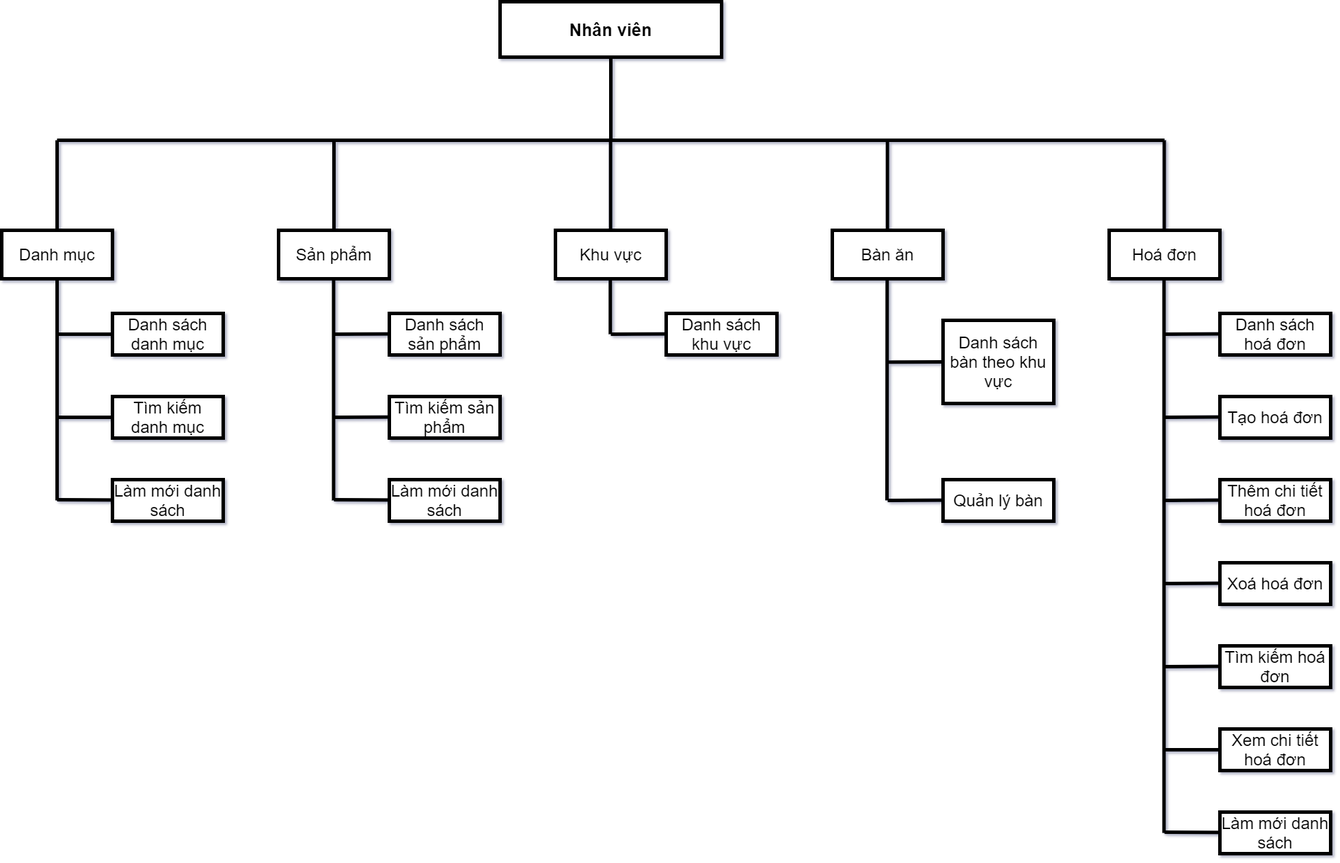
The draw.io diagram document/phan_ra_chuc_nang_nv.png in anhnmt/java-coffee-shop-management, before a commit. Source tidied: cells renumbered, new cells last; positions are measured from the earlier drawing's top-left corner, leaving out a move shared by most shapes.
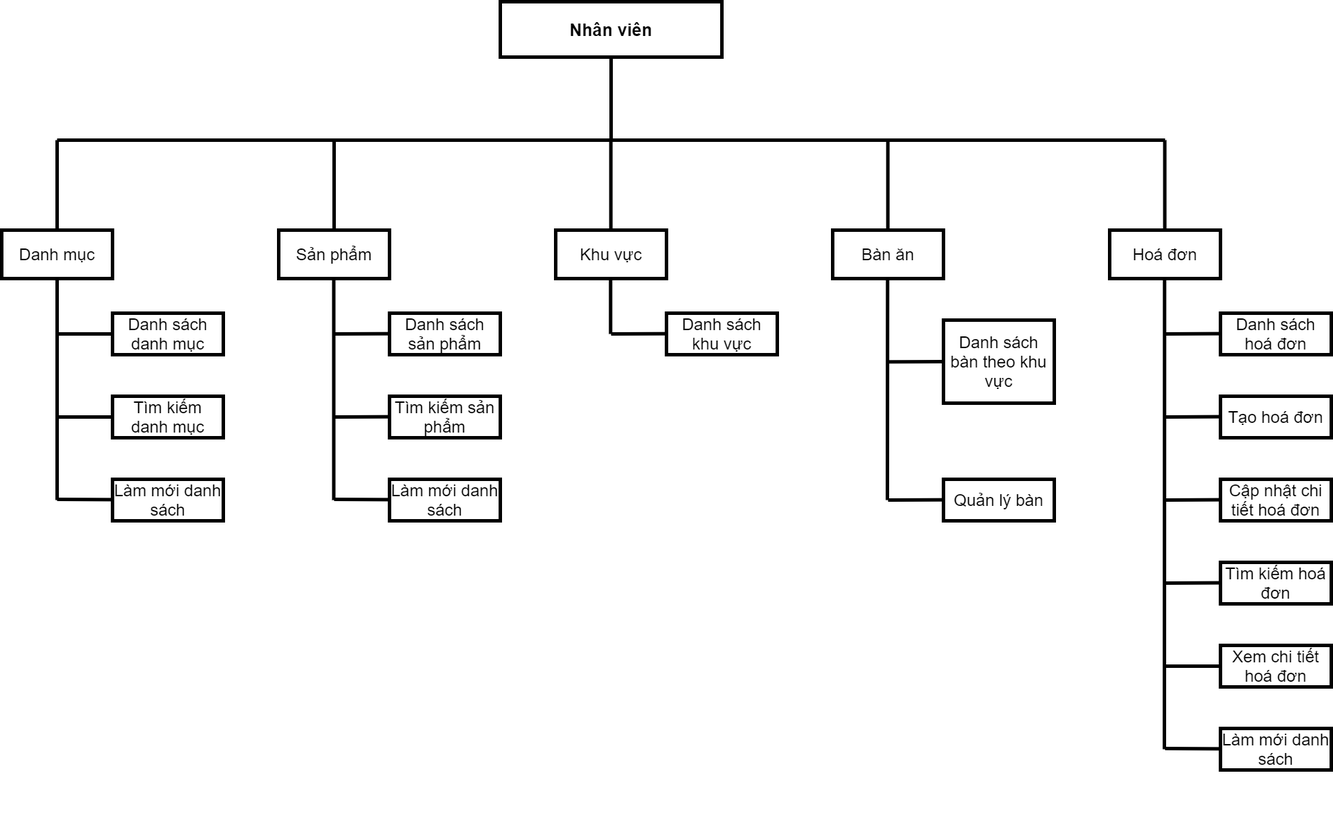
After the change.

The edit, as a diff of the source:
```diff
@@ -133,12 +133,6 @@
         <mxPoint x="1679.6" y="200" as="targetPoint" />
       </mxGeometry>
     </mxCell>
-    <mxCell id="30" style="endArrow=none;html=1;exitX=0;exitY=1;exitDx=0;exitDy=0;" parent="1" edge="1">
-      <mxGeometry relative="1" as="geometry">
-        <mxPoint x="1679.3" y="400" as="sourcePoint" />
-        <mxPoint x="1679.3" y="1200" as="targetPoint" />
-      </mxGeometry>
-    </mxCell>
     <mxCell id="31" style="endArrow=none;html=1;strokeWidth=5;" parent="1" edge="1">
       <mxGeometry relative="1" as="geometry">
         <mxPoint x="1680" y="480" as="sourcePoint" />
@@ -166,33 +160,18 @@
     <mxCell id="36" value="Thêm chi tiết hoá đơn" style="rounded=0;whiteSpace=wrap;html=1;" parent="1" vertex="1">
       <mxGeometry x="1760" y="690" width="160" height="60" as="geometry" />
     </mxCell>
-    <mxCell id="37" value="Xoá hoá đơn" style="rounded=0;whiteSpace=wrap;html=1;" parent="1" vertex="1">
-      <mxGeometry x="1760" y="810" width="160" height="60" as="geometry" />
-    </mxCell>
-    <mxCell id="38" style="endArrow=none;html=1;strokeWidth=5;" parent="1" edge="1">
-      <mxGeometry relative="1" as="geometry">
-        <mxPoint x="1680" y="840" as="sourcePoint" />
-        <mxPoint x="1760" y="839.6" as="targetPoint" />
-      </mxGeometry>
-    </mxCell>
     <mxCell id="39" style="endArrow=none;html=1;strokeWidth=5;" parent="1" edge="1">
       <mxGeometry relative="1" as="geometry">
-        <mxPoint x="1680" y="960" as="sourcePoint" />
-        <mxPoint x="1760" y="959.6" as="targetPoint" />
+        <mxPoint x="1680" y="840" as="sourcePoint" />
+        <mxPoint x="1760" y="839.6" as="targetPoint" />
       </mxGeometry>
     </mxCell>
-    <mxCell id="40" value="Tìm kiếm hoá đơn" style="rounded=0;whiteSpace=wrap;html=1;" parent="1" vertex="1">
-      <mxGeometry x="1760" y="930" width="160" height="60" as="geometry" />
-    </mxCell>
     <mxCell id="41" style="endArrow=none;html=1;strokeWidth=5;" parent="1" edge="1">
       <mxGeometry relative="1" as="geometry">
-        <mxPoint x="1680" y="1080" as="sourcePoint" />
-        <mxPoint x="1760" y="1080" as="targetPoint" />
+        <mxPoint x="1680" y="960" as="sourcePoint" />
+        <mxPoint x="1760" y="960" as="targetPoint" />
       </mxGeometry>
     </mxCell>
-    <mxCell id="42" value="Xem chi tiết hoá đơn" style="rounded=0;whiteSpace=wrap;html=1;" parent="1" vertex="1">
-      <mxGeometry x="1760" y="1050" width="160" height="60" as="geometry" />
-    </mxCell>
     <mxCell id="43" style="endArrow=none;html=1;" parent="1" edge="1">
       <mxGeometry relative="1" as="geometry">
         <mxPoint x="1760" y="1200" as="sourcePoint" />
@@ -219,26 +198,20 @@
     </mxCell>
     <mxCell id="48" style="endArrow=none;html=1;strokeWidth=5;" parent="1" edge="1">
       <mxGeometry relative="1" as="geometry">
-        <mxPoint x="1680" y="1199" as="sourcePoint" />
-        <mxPoint x="1760" y="1199.4" as="targetPoint" />
+        <mxPoint x="1680" y="1079" as="sourcePoint" />
+        <mxPoint x="1760" y="1079.4" as="targetPoint" />
       </mxGeometry>
     </mxCell>
-    <mxCell id="49" value="Làm mới danh sách" style="rounded=0;whiteSpace=wrap;html=1;" parent="1" vertex="1">
-      <mxGeometry x="1760" y="1170" width="160" height="60" as="geometry" />
-    </mxCell>
     <mxCell id="50" value="Làm mới danh sách" style="rounded=0;whiteSpace=wrap;html=1;fontSize=24;strokeWidth=5;" parent="1" vertex="1">
-      <mxGeometry x="1760" y="1170" width="160" height="60" as="geometry" />
+      <mxGeometry x="1760" y="1050" width="160" height="60" as="geometry" />
     </mxCell>
     <mxCell id="51" value="Xem chi tiết hoá đơn" style="rounded=0;whiteSpace=wrap;html=1;fontSize=24;strokeWidth=5;" parent="1" vertex="1">
-      <mxGeometry x="1760" y="1050" width="160" height="60" as="geometry" />
+      <mxGeometry x="1760" y="930" width="160" height="60" as="geometry" />
     </mxCell>
     <mxCell id="52" value="Tìm kiếm hoá đơn" style="rounded=0;whiteSpace=wrap;html=1;fontSize=24;strokeWidth=5;" parent="1" vertex="1">
-      <mxGeometry x="1760" y="930" width="160" height="60" as="geometry" />
+      <mxGeometry x="1760" y="810" width="160" height="60" as="geometry" />
     </mxCell>
-    <mxCell id="53" value="Xoá hoá đơn" style="rounded=0;whiteSpace=wrap;html=1;fontSize=24;strokeWidth=5;" parent="1" vertex="1">
-      <mxGeometry x="1760" y="810" width="160" height="60" as="geometry" />
-    </mxCell>
-    <mxCell id="54" value="Thêm chi tiết hoá đơn" style="rounded=0;whiteSpace=wrap;html=1;fontSize=24;strokeWidth=5;" parent="1" vertex="1">
+    <mxCell id="54" value="Cập nhật chi tiết hoá đơn" style="rounded=0;whiteSpace=wrap;html=1;fontSize=24;strokeWidth=5;" parent="1" vertex="1">
       <mxGeometry x="1760" y="690" width="160" height="60" as="geometry" />
     </mxCell>
     <mxCell id="55" value="Tạo hoá đơn" style="rounded=0;whiteSpace=wrap;html=1;fontSize=24;strokeWidth=5;" parent="1" vertex="1">
@@ -288,7 +261,7 @@
     <mxCell id="69" style="endArrow=none;html=1;exitX=0;exitY=1;exitDx=0;exitDy=0;strokeWidth=5;" parent="1" edge="1">
       <mxGeometry relative="1" as="geometry">
         <mxPoint x="1679.3" y="400" as="sourcePoint" />
-        <mxPoint x="1679.3" y="1200" as="targetPoint" />
+        <mxPoint x="1679" y="1080" as="targetPoint" />
       </mxGeometry>
     </mxCell>
   </root>
```
